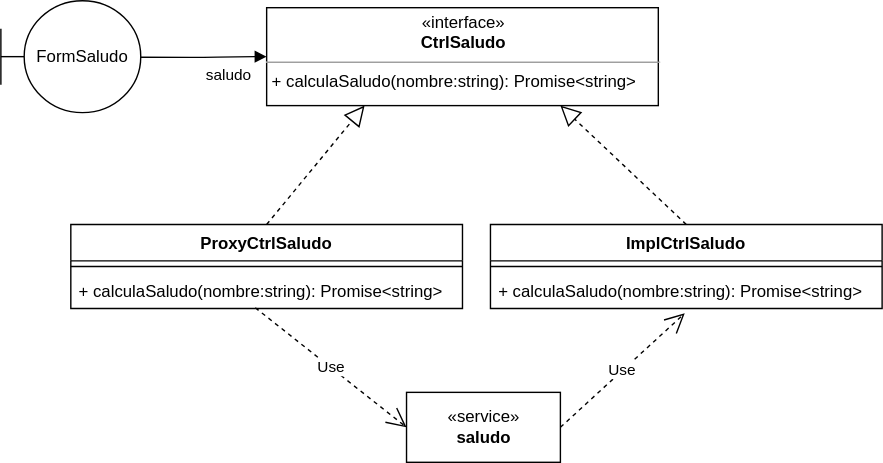
Earlier version of the draw.io export img/clases_saludo.svg (gilpgprap/gilpgprap.github.io). Source tidied: cells renumbered, new cells last; positions are measured from the earlier drawing's top-left corner, leaving out a move shared by most shapes. The source it was exported from:
```xml
<mxGraphModel>
  <root>
    <mxCell id="0" />
    <mxCell id="1" parent="0" />
    <mxCell id="2" value="FormSaludo" style="shape=umlBoundary;whiteSpace=wrap;html=1;" parent="1" vertex="1">
      <mxGeometry width="100" height="80" as="geometry" />
    </mxCell>
    <mxCell id="3" value="&lt;p style=&quot;margin: 0px ; margin-top: 4px ; text-align: center&quot;&gt;«interface»&lt;br&gt;&lt;b&gt;CtrlSaludo&lt;/b&gt;&lt;/p&gt;&lt;hr size=&quot;1&quot;&gt;&lt;p style=&quot;margin: 0px ; margin-left: 4px&quot;&gt;&lt;/p&gt;&lt;p style=&quot;margin: 0px ; margin-left: 4px&quot;&gt;+ calculaSaludo(nombre:string): Promise&amp;lt;string&amp;gt;&lt;/p&gt;" style="verticalAlign=top;align=left;overflow=fill;fontSize=12;fontFamily=Helvetica;html=1;" parent="1" vertex="1">
      <mxGeometry x="190" y="5" width="280" height="70" as="geometry" />
    </mxCell>
    <mxCell id="4" value="saludo" style="endArrow=block;endFill=1;html=1;edgeStyle=orthogonalEdgeStyle;align=left;verticalAlign=top;entryX=0;entryY=0.5;entryDx=0;entryDy=0;exitX=1;exitY=0.506;exitDx=0;exitDy=0;exitPerimeter=0;" parent="1" edge="1" source="2" target="3">
      <mxGeometry x="0.01" relative="1" as="geometry">
        <mxPoint y="-1" as="offset" />
      </mxGeometry>
    </mxCell>
    <mxCell id="5" style="endArrow=block;dashed=1;endFill=0;endSize=12;html=1;entryX=0.25;entryY=1;entryDx=0;entryDy=0;exitX=0.5;exitY=0;exitDx=0;exitDy=0;" parent="1" edge="1" source="10" target="3">
      <mxGeometry relative="1" as="geometry" />
    </mxCell>
    <mxCell id="6" style="endArrow=block;dashed=1;endFill=0;endSize=12;html=1;entryX=0.75;entryY=1;entryDx=0;entryDy=0;exitX=0.5;exitY=0;exitDx=0;exitDy=0;" parent="1" edge="1" source="13" target="3">
      <mxGeometry relative="1" as="geometry" />
    </mxCell>
    <mxCell id="7" value="«service»&lt;br&gt;&lt;b&gt;saludo&lt;/b&gt;" style="html=1;" parent="1" vertex="1">
      <mxGeometry x="290" y="280" width="110" height="50" as="geometry" />
    </mxCell>
    <mxCell id="8" value="Use" style="endArrow=open;endSize=12;dashed=1;html=1;entryX=0;entryY=0.5;entryDx=0;entryDy=0;exitX=0.471;exitY=0.981;exitDx=0;exitDy=0;exitPerimeter=0;" parent="1" edge="1" source="12" target="7">
      <mxGeometry relative="1" as="geometry" />
    </mxCell>
    <mxCell id="9" value="Use" style="endArrow=open;endSize=12;dashed=1;html=1;exitX=1;exitY=0.5;exitDx=0;exitDy=0;entryX=0.496;entryY=1.135;entryDx=0;entryDy=0;entryPerimeter=0;" parent="1" edge="1" source="7" target="15">
      <mxGeometry relative="1" as="geometry" />
    </mxCell>
    <mxCell id="10" value="ProxyCtrlSaludo" style="swimlane;fontStyle=1;align=center;verticalAlign=top;horizontal=1;startSize=26;" parent="1" vertex="1">
      <mxGeometry x="50" y="160" width="280" height="60" as="geometry" />
    </mxCell>
    <mxCell id="11" style="line;strokeWidth=1;fillColor=none;align=left;verticalAlign=middle;spacingTop=-1;spacingLeft=3;spacingRight=3;labelPosition=right;" parent="10" vertex="1">
      <mxGeometry y="26" width="280" height="8" as="geometry" />
    </mxCell>
    <mxCell id="12" value="+ calculaSaludo(nombre:string): Promise&lt;string&gt;" style="text;strokeColor=none;fillColor=none;align=left;verticalAlign=top;spacingLeft=4;spacingRight=4;overflow=hidden;points=[[0,0.5],[1,0.5]];portConstraint=eastwest;" parent="10" vertex="1">
      <mxGeometry y="34" width="280" height="26" as="geometry" />
    </mxCell>
    <mxCell id="13" value="ImplCtrlSaludo" style="swimlane;fontStyle=1;align=center;verticalAlign=top;horizontal=1;startSize=26;" parent="1" vertex="1">
      <mxGeometry x="350" y="160" width="280" height="60" as="geometry" />
    </mxCell>
    <mxCell id="14" style="line;strokeWidth=1;fillColor=none;align=left;verticalAlign=middle;spacingTop=-1;spacingLeft=3;spacingRight=3;labelPosition=right;" parent="13" vertex="1">
      <mxGeometry y="26" width="280" height="8" as="geometry" />
    </mxCell>
    <mxCell id="15" value="+ calculaSaludo(nombre:string): Promise&lt;string&gt;" style="text;strokeColor=none;fillColor=none;align=left;verticalAlign=top;spacingLeft=4;spacingRight=4;overflow=hidden;points=[[0,0.5],[1,0.5]];portConstraint=eastwest;" parent="13" vertex="1">
      <mxGeometry y="34" width="280" height="26" as="geometry" />
    </mxCell>
  </root>
</mxGraphModel>
```
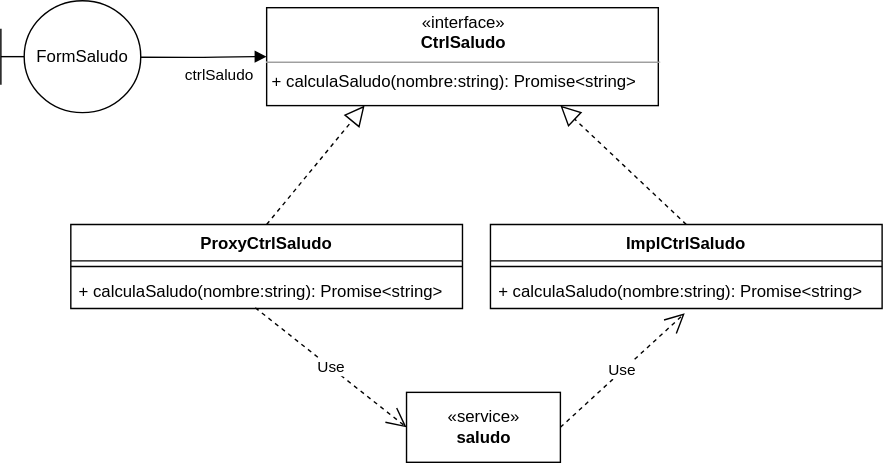
Above is the later version.

Commit message:
corrige diagramas

Change to the diagram source:
```diff
@@ -8,8 +8,8 @@
     <mxCell id="3" value="&lt;p style=&quot;margin: 0px ; margin-top: 4px ; text-align: center&quot;&gt;«interface»&lt;br&gt;&lt;b&gt;CtrlSaludo&lt;/b&gt;&lt;/p&gt;&lt;hr size=&quot;1&quot;&gt;&lt;p style=&quot;margin: 0px ; margin-left: 4px&quot;&gt;&lt;/p&gt;&lt;p style=&quot;margin: 0px ; margin-left: 4px&quot;&gt;+ calculaSaludo(nombre:string): Promise&amp;lt;string&amp;gt;&lt;/p&gt;" style="verticalAlign=top;align=left;overflow=fill;fontSize=12;fontFamily=Helvetica;html=1;" parent="1" vertex="1">
       <mxGeometry x="190" y="5" width="280" height="70" as="geometry" />
     </mxCell>
-    <mxCell id="4" value="saludo" style="endArrow=block;endFill=1;html=1;edgeStyle=orthogonalEdgeStyle;align=left;verticalAlign=top;entryX=0;entryY=0.5;entryDx=0;entryDy=0;exitX=1;exitY=0.506;exitDx=0;exitDy=0;exitPerimeter=0;" parent="1" edge="1" source="2" target="3">
-      <mxGeometry x="0.01" relative="1" as="geometry">
+    <mxCell id="4" value="ctrlSaludo" style="endArrow=block;endFill=1;html=1;edgeStyle=orthogonalEdgeStyle;align=left;verticalAlign=top;entryX=0;entryY=0.5;entryDx=0;entryDy=0;exitX=1;exitY=0.506;exitDx=0;exitDy=0;exitPerimeter=0;" parent="1" edge="1" source="2" target="3">
+      <mxGeometry x="0.01" y="15" relative="1" as="geometry">
         <mxPoint y="-1" as="offset" />
       </mxGeometry>
     </mxCell>
```
